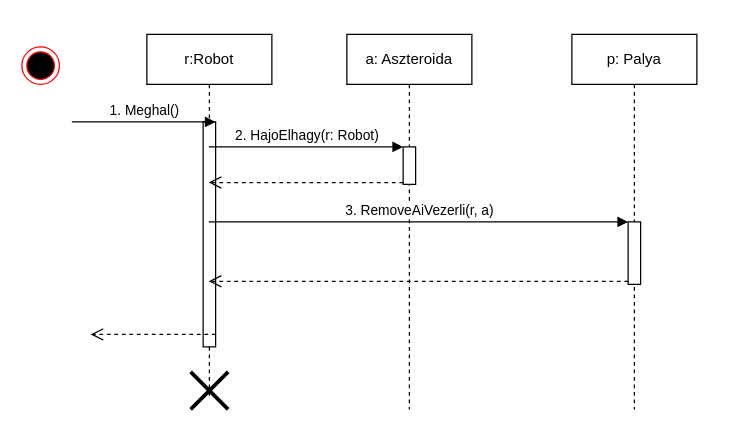
Above: doc/uml/robot meghal.drawio in torpeBoiGo/aszteroidabanyaszat (draw.io), before the change. Source tidied: cells renumbered, new cells numbered last; positions are measured from the earlier drawing's top-left corner, leaving out a move shared by most shapes. Both pictures are drawn from the tidied source at 125%, with x=0, y=0 at pixel (21, 34).
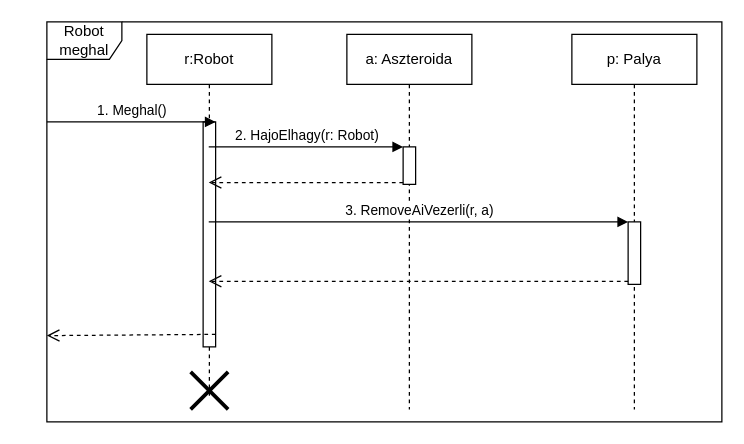
The same diagram, later.

Change to the diagram source:
```diff
@@
 <mxGraphModel>
   <root>
     <mxCell id="0" />
     <mxCell id="1" parent="0" />
+    <mxCell id="16" value="Robot meghal" style="shape=umlFrame;whiteSpace=wrap;html=1;" parent="1" vertex="1">
+      <mxGeometry x="20" y="-10" width="540" height="320" as="geometry" />
+    </mxCell>
     <mxCell id="2" value="r:Robot" style="shape=umlLifeline;perimeter=lifelinePerimeter;whiteSpace=wrap;html=1;outlineConnect=0;" parent="1" vertex="1">
       <mxGeometry x="100" width="100" height="290" as="geometry" />
     </mxCell>
     <mxCell id="3" style="html=1;points=[];perimeter=orthogonalPerimeter;" parent="2" vertex="1">
       <mxGeometry x="45" y="70" width="10" height="180" as="geometry" />
     </mxCell>
-    <mxCell id="4" value="1. Meghal()" style="html=1;verticalAlign=bottom;endArrow=block;entryX=1;entryY=0;" parent="2" edge="1" target="3">
-      <mxGeometry relative="1" as="geometry">
-        <mxPoint x="-60" y="70" as="sourcePoint" />
-      </mxGeometry>
-    </mxCell>
     <mxCell id="5" style="html=1;verticalAlign=bottom;endArrow=open;dashed=1;endSize=8;" parent="2" edge="1">
       <mxGeometry x="0.65" y="-67" relative="1" as="geometry">
         <mxPoint x="55" y="240" as="sourcePoint" />
-        <mxPoint x="-45" y="240" as="targetPoint" />
+        <mxPoint x="-80" y="241" as="targetPoint" />
       </mxGeometry>
     </mxCell>
     <mxCell id="6" style="shape=umlDestroy;whiteSpace=wrap;html=1;strokeWidth=3;" parent="2" vertex="1">
       <mxGeometry x="35" y="270" width="30" height="30" as="geometry" />
     </mxCell>
     <mxCell id="7" value="a: Aszteroida" style="shape=umlLifeline;perimeter=lifelinePerimeter;whiteSpace=wrap;html=1;" parent="1" vertex="1">
       <mxGeometry x="260" width="100" height="300" as="geometry" />
     </mxCell>
     <mxCell id="8" style="html=1;points=[];perimeter=orthogonalPerimeter;" parent="7" vertex="1">
       <mxGeometry x="45" y="90" width="10" height="30" as="geometry" />
     </mxCell>
     <mxCell id="9" value="2. HajoElhagy(r: Robot)" style="html=1;verticalAlign=bottom;endArrow=block;entryX=0;entryY=0;" parent="1" edge="1" source="2" target="8">
       <mxGeometry relative="1" as="geometry">
         <Array as="points">
           <mxPoint x="240" y="90" />
         </Array>
       </mxGeometry>
     </mxCell>
     <mxCell id="10" style="html=1;verticalAlign=bottom;endArrow=open;dashed=1;endSize=8;exitX=0;exitY=0.95;" parent="1" edge="1" source="8" target="2">
       <mxGeometry relative="1" as="geometry" />
     </mxCell>
     <mxCell id="11" value="p: Palya" style="shape=umlLifeline;perimeter=lifelinePerimeter;whiteSpace=wrap;html=1;" parent="1" vertex="1">
       <mxGeometry x="440" width="100" height="300" as="geometry" />
     </mxCell>
     <mxCell id="12" style="html=1;points=[];perimeter=orthogonalPerimeter;" parent="11" vertex="1">
       <mxGeometry x="45" y="150" width="10" height="50" as="geometry" />
     </mxCell>
     <mxCell id="13" value="3. RemoveAiVezerli(r, a)" style="html=1;verticalAlign=bottom;endArrow=block;entryX=0;entryY=0;" parent="1" edge="1" source="2" target="12">
       <mxGeometry relative="1" as="geometry" />
     </mxCell>
     <mxCell id="14" style="html=1;verticalAlign=bottom;endArrow=open;dashed=1;endSize=8;exitX=0;exitY=0.95;" parent="1" edge="1" source="12" target="2">
       <mxGeometry x="-0.2" y="62" relative="1" as="geometry" />
     </mxCell>
-    <mxCell id="15" style="ellipse;html=1;shape=endState;fillColor=#000000;strokeColor=#ff0000;" parent="1" vertex="1">
-      <mxGeometry y="10" width="30" height="30" as="geometry" />
-    </mxCell>
+    <mxCell id="4" value="1. Meghal()" style="html=1;verticalAlign=bottom;endArrow=block;entryX=1;entryY=0;exitX=0;exitY=0.25;exitDx=0;exitDy=0;exitPerimeter=0;" parent="1" edge="1" source="16" target="3">
+      <mxGeometry relative="1" as="geometry" />
+    </mxCell>
   </root>
 </mxGraphModel>
```
